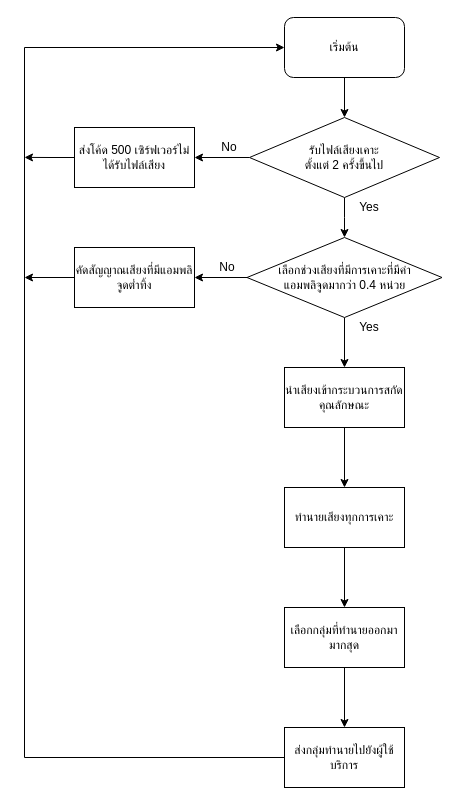
KENGKKUN/test_python keeps this draw.io diagram as prediction.drawio. Above is the earlier version. Source tidied: cells renumbered, new cells numbered last; positions are measured from the earlier drawing's top-left corner, leaving out a move shared by most shapes. Both pictures are drawn from the tidied source at 100%, with x=0, y=0 at pixel (24, 17).
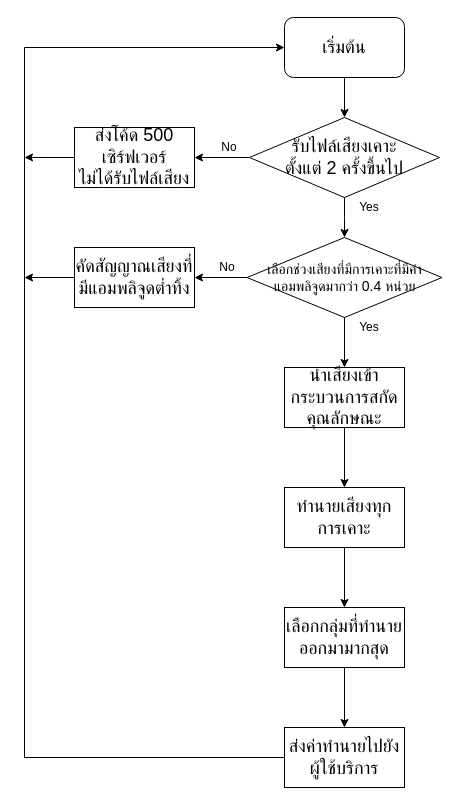
After the change.

What changed in the source:
```diff
@@
-    <mxCell id="3" value="เริ่มต้น" style="rounded=1;whiteSpace=wrap;html=1;" parent="1" vertex="1">
+    <mxCell id="3" value="&lt;font face=&quot;TH Sarabun New&quot; style=&quot;font-size: 18px&quot;&gt;เริ่มต้น&lt;/font&gt;" style="rounded=1;whiteSpace=wrap;html=1;" parent="1" vertex="1">
       <mxGeometry x="260" width="120" height="60" as="geometry" />
     </mxCell>
@@
-    <mxCell id="6" value="รับไฟล์เสียงเคาะ&lt;br&gt;ตั้งแต่ 2 ครั้งขึ้นไป" style="rhombus;whiteSpace=wrap;html=1;" parent="1" vertex="1">
+    <mxCell id="6" value="&lt;font face=&quot;TH Sarabun New&quot; style=&quot;font-size: 18px&quot;&gt;รับไฟล์เสียงเคาะ&lt;br&gt;ตั้งแต่ 2 ครั้งขึ้นไป&lt;/font&gt;" style="rhombus;whiteSpace=wrap;html=1;" parent="1" vertex="1">
       <mxGeometry x="225" y="100" width="190" height="80" as="geometry" />
     </mxCell>
@@
-    <mxCell id="8" value="ส่งโค้ด 500 เซิร์ฟเวอร์ไม่ได้รับไฟล์เสียง" style="rounded=0;whiteSpace=wrap;html=1;" parent="1" vertex="1">
+    <mxCell id="8" value="&lt;font face=&quot;TH Sarabun New&quot; style=&quot;font-size: 18px&quot;&gt;ส่งโค้ด 500 เซิร์ฟเวอร์&lt;br&gt;ไม่ได้รับไฟล์เสียง&lt;/font&gt;" style="rounded=0;whiteSpace=wrap;html=1;" parent="1" vertex="1">
       <mxGeometry x="50" y="110" width="120" height="60" as="geometry" />
     </mxCell>
@@
-    <mxCell id="11" value="นำเสียงเข้ากระบวนการสกัดคุณลักษณะ" style="rounded=0;whiteSpace=wrap;html=1;" parent="1" vertex="1">
+    <mxCell id="11" value="&lt;font face=&quot;TH Sarabun New&quot; style=&quot;font-size: 18px&quot;&gt;นำเสียงเข้ากระบวนการสกัดคุณลักษณะ&lt;/font&gt;" style="rounded=0;whiteSpace=wrap;html=1;" parent="1" vertex="1">
       <mxGeometry x="260" y="350" width="120" height="60" as="geometry" />
     </mxCell>
@@
-    <mxCell id="14" value="&lt;span&gt;เลือกช่วงเสียงที่มีการเคาะที่มีค่า&lt;br&gt;แอมพลิจูดมากว่า 0.4 หน่วย&lt;/span&gt;" style="rhombus;whiteSpace=wrap;html=1;" parent="1" vertex="1">
+    <mxCell id="14" value="&lt;span style=&quot;font-size: 14px&quot;&gt;&lt;font face=&quot;TH Sarabun New&quot; style=&quot;font-size: 14px&quot;&gt;เลือกช่วงเสียงที่มีการเคาะที่มีค่า&lt;br&gt;แอมพลิจูดมากว่า 0.4 หน่วย&lt;/font&gt;&lt;/span&gt;" style="rhombus;whiteSpace=wrap;html=1;" parent="1" vertex="1">
       <mxGeometry x="222.5" y="220" width="195" height="80" as="geometry" />
     </mxCell>
@@
-    <mxCell id="16" value="คัดสัญญาณเสียงที่มีแอมพลิจูดต่ำทิ้ง" style="rounded=0;whiteSpace=wrap;html=1;" parent="1" vertex="1">
+    <mxCell id="16" value="&lt;font face=&quot;TH Sarabun New&quot; style=&quot;font-size: 18px&quot;&gt;คัดสัญญาณเสียงที่มีแอมพลิจูดต่ำทิ้ง&lt;/font&gt;" style="rounded=0;whiteSpace=wrap;html=1;" parent="1" vertex="1">
       <mxGeometry x="50" y="230" width="120" height="60" as="geometry" />
     </mxCell>
@@
-    <mxCell id="19" value="ทำนายเสียงทุกการเคาะ" style="rounded=0;whiteSpace=wrap;html=1;" parent="1" vertex="1">
+    <mxCell id="19" value="&lt;font face=&quot;TH Sarabun New&quot; style=&quot;font-size: 18px&quot;&gt;ทำนายเสียงทุกการเคาะ&lt;/font&gt;" style="rounded=0;whiteSpace=wrap;html=1;" parent="1" vertex="1">
       <mxGeometry x="260" y="470" width="120" height="60" as="geometry" />
     </mxCell>
@@
-    <mxCell id="21" value="เลือกกลุ่มที่ทำนายออกมามากสุด" style="rounded=0;whiteSpace=wrap;html=1;" parent="1" vertex="1">
+    <mxCell id="21" value="&lt;font face=&quot;TH Sarabun New&quot; style=&quot;font-size: 18px&quot;&gt;เลือกกลุ่มที่ทำนายออกมามากสุด&lt;/font&gt;" style="rounded=0;whiteSpace=wrap;html=1;" parent="1" vertex="1">
       <mxGeometry x="260" y="590" width="120" height="60" as="geometry" />
     </mxCell>
@@
-    <mxCell id="23" value="ส่งกลุ่มทำนายไปยังผู้ใช้บริการ" style="rounded=0;whiteSpace=wrap;html=1;" parent="1" vertex="1">
+    <mxCell id="23" value="&lt;font face=&quot;TH Sarabun New&quot; style=&quot;font-size: 18px&quot;&gt;ส่งค่าทำนายไปยังผู้ใช้บริการ&lt;/font&gt;" style="rounded=0;whiteSpace=wrap;html=1;" parent="1" vertex="1">
       <mxGeometry x="260" y="710" width="120" height="60" as="geometry" />
     </mxCell>
```
